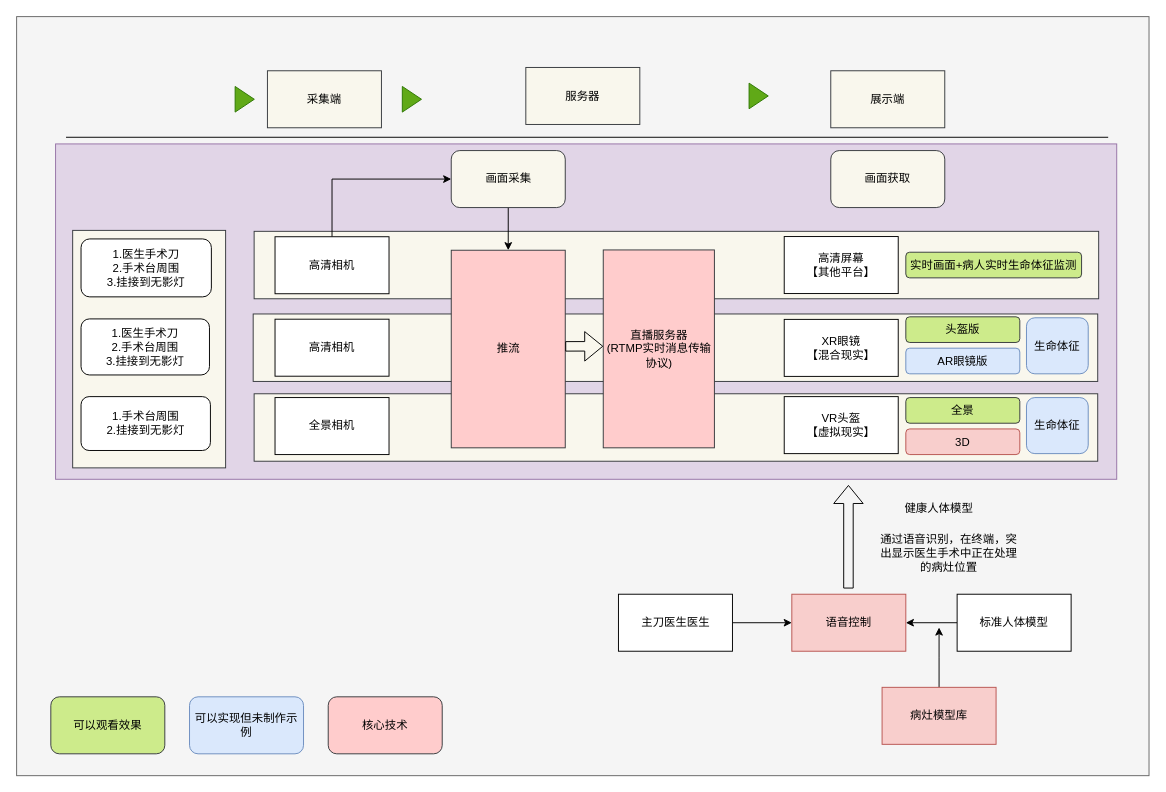
This is 未命名绘图.drawio from 15140252710/OneGithubProject, a draw.io file, before an edit. Source tidied: cells renumbered, new cells numbered last; positions are measured from the earlier drawing's top-left corner, leaving out a move shared by most shapes. Both pictures are drawn from the tidied source at 95%, with x=0, y=0 at pixel (16, 16).
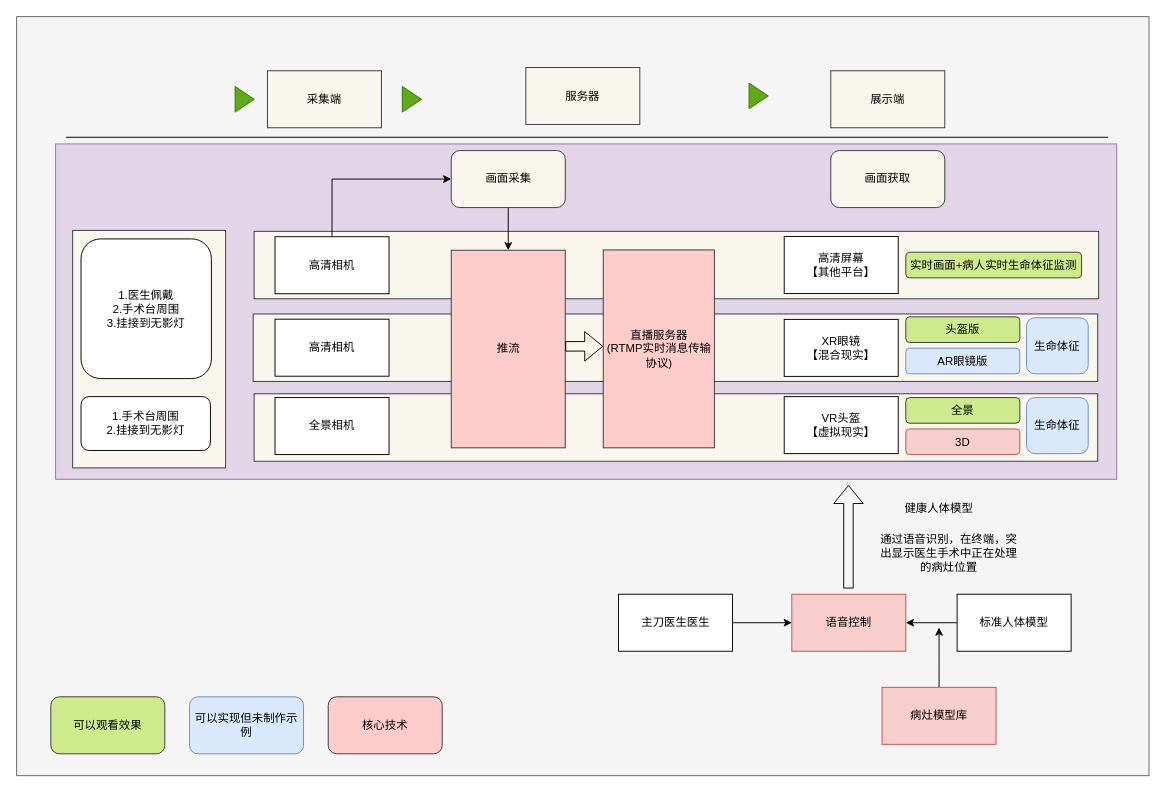
Above is the later version.

Commit message:
更新未命名绘图.drawio

Unchanged cells that the change refers to:
```xml
<mxCell id="33" style="group;fillColor=#f9f7ed;strokeColor=#36393d;shadow=0;rounded=0;glass=0;" parent="1" vertex="1">
  <mxGeometry x="59" y="225" width="161" height="250" as="geometry" />
</mxCell>
```

What changed in the source:
```diff
@@
-    <mxCell id="35" value="1.医生手术刀&lt;br&gt;2.手术台周围&lt;br&gt;3.挂接到无影灯" style="rounded=1;whiteSpace=wrap;html=1;shadow=0;" parent="33" vertex="1">
-      <mxGeometry x="8.8" y="9" width="137.2" height="61" as="geometry" />
+    <mxCell id="35" value="1.医生佩戴&lt;br&gt;2.手术台周围&lt;br&gt;3.挂接到无影灯" style="rounded=1;whiteSpace=wrap;html=1;shadow=0;" parent="33" vertex="1">
+      <mxGeometry x="8.8" y="9" width="137.2" height="147" as="geometry" />
     </mxCell>
-    <mxCell id="36" value="1.医生手术刀&lt;br&gt;2.手术台周围&lt;br&gt;3.挂接到无影灯" style="rounded=1;whiteSpace=wrap;html=1;shadow=0;" parent="33" vertex="1">
-      <mxGeometry x="8.8" y="93.2" width="135.2" height="59" as="geometry" />
-    </mxCell>
```
